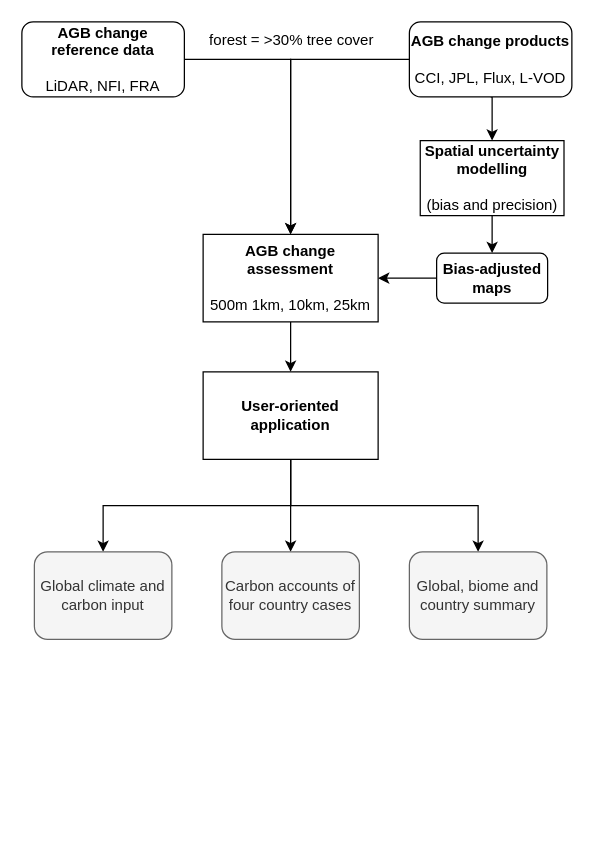
Earlier version of the draw.io diagram paper2.drawio (arnanaraza/diagrams). Source tidied: cells renumbered, new cells numbered last; positions are measured from the earlier drawing's top-left corner, leaving out a move shared by most shapes. Both pictures are drawn from the tidied source at 125%, with x=0, y=0 at pixel (21, 21).
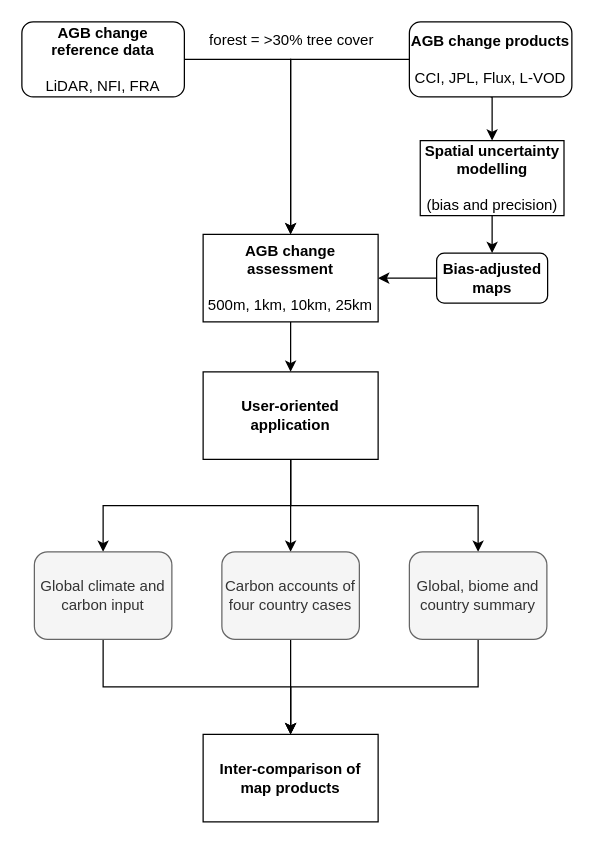
Above is the later version.

Unchanged cells that the change refers to:
```xml
<mxCell id="18" value="Carbon accounts of four country cases" style="rounded=1;whiteSpace=wrap;html=1;fillColor=#f5f5f5;strokeColor=#666666;fontColor=#333333;" parent="1" vertex="1">
  <mxGeometry x="160" y="424" width="110" height="70" as="geometry" />
</mxCell>
<mxCell id="19" value="Global climate and carbon input" style="rounded=1;whiteSpace=wrap;html=1;fillColor=#f5f5f5;strokeColor=#666666;fontColor=#333333;" parent="1" vertex="1">
  <mxGeometry x="10" y="424" width="110" height="70" as="geometry" />
</mxCell>
<mxCell id="20" value="Global, biome and country summary" style="rounded=1;whiteSpace=wrap;html=1;fillColor=#f5f5f5;strokeColor=#666666;fontColor=#333333;" parent="1" vertex="1">
  <mxGeometry x="310" y="424" width="110" height="70" as="geometry" />
</mxCell>
```

Diff of the diagram source:
```diff
@@
-    <mxCell id="10" value="&lt;b&gt;AGB change assessment&lt;/b&gt;&lt;br&gt;&lt;br&gt;500m 1km, 10km, 25km" style="rounded=0;whiteSpace=wrap;html=1;" parent="1" vertex="1">
+    <mxCell id="10" value="&lt;b&gt;AGB change assessment&lt;/b&gt;&lt;br&gt;&lt;br&gt;500m, 1km, 10km, 25km" style="rounded=0;whiteSpace=wrap;html=1;" parent="1" vertex="1">
       <mxGeometry x="145" y="170" width="140" height="70" as="geometry" />
     </mxCell>
@@
+    <mxCell id="21" style="edgeStyle=orthogonalEdgeStyle;rounded=0;jettySize=auto;html=1;exitX=0.5;exitY=1;exitDx=0;exitDy=0;entryX=0.5;entryY=0;entryDx=0;entryDy=0;" parent="1" edge="1" source="18" target="24">
+      <mxGeometry relative="1" as="geometry" />
+    </mxCell>
@@
+    <mxCell id="22" style="edgeStyle=orthogonalEdgeStyle;rounded=0;jettySize=auto;html=1;exitX=0.5;exitY=1;exitDx=0;exitDy=0;entryX=0.5;entryY=0;entryDx=0;entryDy=0;" parent="1" edge="1" source="19" target="24">
+      <mxGeometry relative="1" as="geometry" />
+    </mxCell>
@@
+    <mxCell id="23" style="edgeStyle=orthogonalEdgeStyle;rounded=0;jettySize=auto;html=1;exitX=0.5;exitY=1;exitDx=0;exitDy=0;entryX=0.5;entryY=0;entryDx=0;entryDy=0;" parent="1" edge="1" source="20" target="24">
+      <mxGeometry relative="1" as="geometry" />
+    </mxCell>
@@
+    <mxCell id="24" value="&lt;b&gt;I&lt;/b&gt;&lt;b style=&quot;font-family: &amp;#34;helvetica&amp;#34;&quot;&gt;nter-comparison of map products&lt;/b&gt;" style="rounded=0;whiteSpace=wrap;html=1;" parent="1" vertex="1">
+      <mxGeometry x="145" y="570" width="140" height="70" as="geometry" />
+    </mxCell>
```
